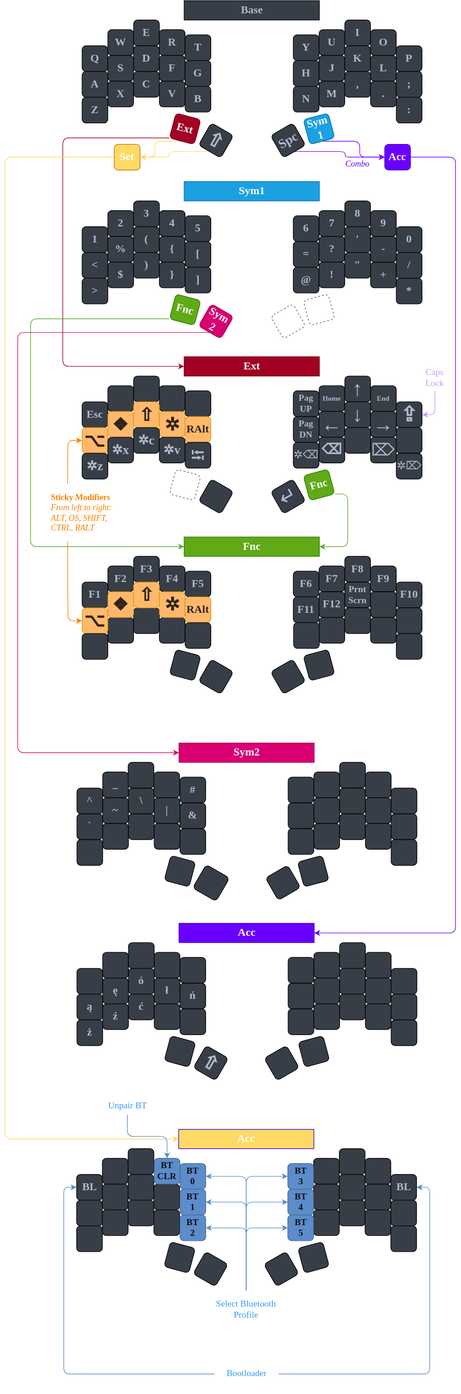
Above: custom.drawio.svg in skyferix/zmk-sweep (draw.io), before the change. Source tidied: cells renumbered, new cells last; positions are measured from the earlier drawing's top-left corner, leaving out a move shared by most shapes.
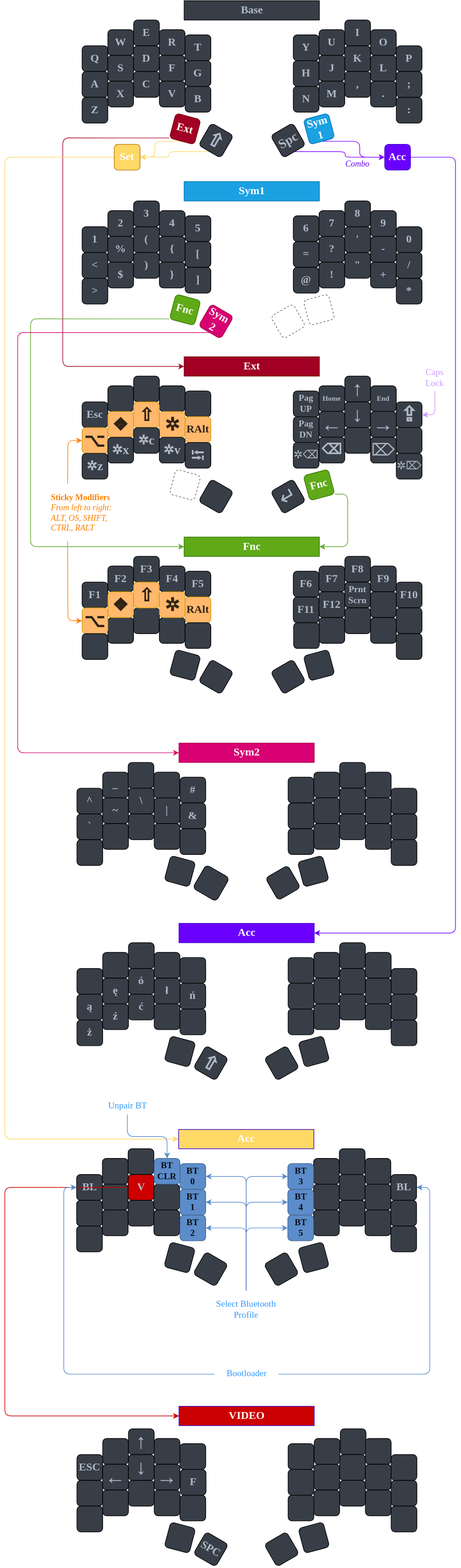
Later version of the same file.

Commit message:
Video layout add

The edit, as a diff of the source:
```diff
@@ -736,7 +736,15 @@
     <mxCell id="233" style="whiteSpace=wrap;html=1;fontSize=17;fontFamily=Verdana;fontStyle=1;fontColor=#AFB9C7;fillColor=#383E47;rounded=1;" parent="1" vertex="1">
       <mxGeometry x="151.5" y="1838" width="40" height="40" as="geometry" />
     </mxCell>
+    <mxCell id="278" style="edgeStyle=orthogonalEdgeStyle;rounded=1;jettySize=auto;html=1;exitX=0;exitY=0.5;exitDx=0;exitDy=0;entryX=0;entryY=0.5;entryDx=0;entryDy=0;strokeColor=#CC0000;" parent="1" edge="1" source="234" target="279">
+      <mxGeometry relative="1" as="geometry">
+        <Array as="points">
+          <mxPoint y="1843" />
+          <mxPoint y="2198" />
+        </Array>
+      </mxGeometry>
+    </mxCell>
-    <mxCell id="234" style="whiteSpace=wrap;html=1;fontSize=17;fontFamily=Verdana;fontStyle=1;fontColor=#AFB9C7;fillColor=#383E47;rounded=1;" parent="1" vertex="1">
+    <mxCell id="234" value="V" style="whiteSpace=wrap;html=1;fontSize=17;fontFamily=Verdana;fontStyle=1;fontColor=#AFB9C7;fillColor=#CC0000;rounded=1;" parent="1" vertex="1">
       <mxGeometry x="191.5" y="1823" width="40" height="40" as="geometry" />
     </mxCell>
     <mxCell id="235" style="whiteSpace=wrap;html=1;fontSize=17;fontFamily=Verdana;fontStyle=1;fontColor=#AFB9C7;fillColor=#383E47;rounded=1;" parent="1" vertex="1">
@@ -873,5 +881,110 @@
     <mxCell id="277" style="whiteSpace=wrap;html=1;fontSize=17;fontFamily=Verdana;fontStyle=1;fontColor=#AFB9C7;fillColor=#383E47;rounded=1;" parent="1" vertex="1">
       <mxGeometry x="231.5" y="1198" width="40" height="40" as="geometry" />
     </mxCell>
+    <mxCell id="279" value="VIDEO" style="rounded=0;whiteSpace=wrap;html=1;fontFamily=Verdana;fontSize=17;fontStyle=1;fillColor=#CC0000;strokeColor=#3700CC;fontColor=#ffffff;" parent="1" vertex="1">
+      <mxGeometry x="270.5" y="2183" width="210" height="30" as="geometry" />
+    </mxCell>
+    <mxCell id="280" style="whiteSpace=wrap;html=1;fontSize=17;fontFamily=Verdana;fontStyle=1;fontColor=#AFB9C7;fillColor=#383E47;rounded=1;" parent="1" vertex="1">
+      <mxGeometry x="152" y="2233" width="40" height="40" as="geometry" />
+    </mxCell>
+    <mxCell id="281" style="whiteSpace=wrap;html=1;fontSize=17;fontFamily=Verdana;fontStyle=1;fontColor=#AFB9C7;fillColor=#383E47;rounded=1;" parent="1" vertex="1">
+      <mxGeometry x="112" y="2298" width="40" height="40" as="geometry" />
+    </mxCell>
+    <mxCell id="282" style="whiteSpace=wrap;html=1;fontSize=17;fontFamily=Verdana;fontStyle=1;fontColor=#AFB9C7;fillColor=#383E47;rounded=1;" parent="1" vertex="1">
+      <mxGeometry x="112" y="2338" width="40" height="40" as="geometry" />
+    </mxCell>
+    <mxCell id="283" style="whiteSpace=wrap;html=1;fontSize=17;fontFamily=Verdana;fontStyle=1;fontColor=#AFB9C7;fillColor=#383E47;rounded=1;" parent="1" vertex="1">
+      <mxGeometry x="152" y="2313" width="40" height="40" as="geometry" />
+    </mxCell>
+    <mxCell id="284" style="whiteSpace=wrap;html=1;fontSize=17;fontFamily=Verdana;fontStyle=1;fontColor=#AFB9C7;fillColor=#383E47;rounded=1;" parent="1" vertex="1">
+      <mxGeometry x="192" y="2298" width="40" height="40" as="geometry" />
+    </mxCell>
+    <mxCell id="285" style="whiteSpace=wrap;html=1;fontSize=17;fontFamily=Verdana;fontStyle=1;fontColor=#AFB9C7;fillColor=#383E47;rounded=1;" parent="1" vertex="1">
+      <mxGeometry x="232" y="2313" width="40" height="40" as="geometry" />
+    </mxCell>
+    <mxCell id="286" style="whiteSpace=wrap;html=1;rotation=15;fontSize=17;fontFamily=Verdana;fontStyle=1;fontColor=#AFB9C7;fillColor=#383E47;rounded=1;" parent="1" vertex="1">
+      <mxGeometry x="252" y="2367" width="40" height="40" as="geometry" />
+    </mxCell>
+    <mxCell id="287" value="SPC" style="whiteSpace=wrap;html=1;rotation=30;fontSize=17;fontFamily=Verdana;fontStyle=1;fontColor=#AFB9C7;fillColor=#383E47;rounded=1;" parent="1" vertex="1">
+      <mxGeometry x="300" y="2385" width="40" height="40" as="geometry" />
+    </mxCell>
+    <mxCell id="288" style="whiteSpace=wrap;html=1;fontSize=17;fontFamily=Verdana;fontStyle=1;fontColor=#AFB9C7;fillColor=#383E47;rounded=1;" parent="1" vertex="1">
+      <mxGeometry x="521" y="2218" width="40" height="40" as="geometry" />
+    </mxCell>
+    <mxCell id="289" style="whiteSpace=wrap;html=1;fontSize=17;fontFamily=Verdana;fontStyle=1;fontColor=#AFB9C7;fillColor=#383E47;rounded=1;" parent="1" vertex="1">
+      <mxGeometry x="560" y="2233" width="40" height="40" as="geometry" />
+    </mxCell>
+    <mxCell id="290" style="whiteSpace=wrap;html=1;fontSize=17;fontFamily=Verdana;fontStyle=1;fontColor=#AFB9C7;fillColor=#383E47;rounded=1;" parent="1" vertex="1">
+      <mxGeometry x="480" y="2273" width="40" height="40" as="geometry" />
+    </mxCell>
+    <mxCell id="291" style="whiteSpace=wrap;html=1;fontSize=17;fontFamily=Verdana;fontStyle=1;fontColor=#AFB9C7;fillColor=#383E47;rounded=1;" parent="1" vertex="1">
+      <mxGeometry x="520" y="2258" width="40" height="40" as="geometry" />
+    </mxCell>
+    <mxCell id="292" style="whiteSpace=wrap;html=1;fontSize=17;fontFamily=Verdana;fontStyle=1;fontColor=#AFB9C7;fillColor=#383E47;rounded=1;" parent="1" vertex="1">
+      <mxGeometry x="560" y="2273" width="40" height="40" as="geometry" />
+    </mxCell>
+    <mxCell id="293" style="whiteSpace=wrap;html=1;fontSize=17;fontFamily=Verdana;fontStyle=1;fontColor=#AFB9C7;fillColor=#383E47;rounded=1;" parent="1" vertex="1">
+      <mxGeometry x="600" y="2298" width="40" height="40" as="geometry" />
+    </mxCell>
+    <mxCell id="294" style="whiteSpace=wrap;html=1;fontSize=17;fontFamily=Verdana;fontStyle=1;fontColor=#AFB9C7;fillColor=#383E47;rounded=1;" parent="1" vertex="1">
+      <mxGeometry x="480" y="2313" width="40" height="40" as="geometry" />
+    </mxCell>
+    <mxCell id="295" style="whiteSpace=wrap;html=1;fontSize=17;fontFamily=Verdana;fontStyle=1;fontColor=#AFB9C7;fillColor=#383E47;rounded=1;" parent="1" vertex="1">
+      <mxGeometry x="520" y="2298" width="40" height="40" as="geometry" />
+    </mxCell>
+    <mxCell id="296" style="whiteSpace=wrap;html=1;fontSize=17;fontFamily=Verdana;fontStyle=1;fontColor=#AFB9C7;fillColor=#383E47;rounded=1;" parent="1" vertex="1">
+      <mxGeometry x="560" y="2313" width="40" height="40" as="geometry" />
+    </mxCell>
+    <mxCell id="297" style="whiteSpace=wrap;html=1;fontSize=17;fontFamily=Verdana;fontStyle=1;fontColor=#AFB9C7;fillColor=#383E47;rounded=1;" parent="1" vertex="1">
+      <mxGeometry x="600" y="2338" width="40" height="40" as="geometry" />
+    </mxCell>
+    <mxCell id="298" style="whiteSpace=wrap;html=1;fontSize=17;fontFamily=Verdana;fontStyle=1;fontColor=#AFB9C7;fillColor=#383E47;rounded=1;rotation=-15;" parent="1" vertex="1">
+      <mxGeometry x="460" y="2367" width="40" height="40" as="geometry" />
+    </mxCell>
+    <mxCell id="299" style="whiteSpace=wrap;html=1;fontSize=17;fontFamily=Verdana;fontStyle=1;fontColor=#AFB9C7;fillColor=#383E47;rounded=1;rotation=-30;" parent="1" vertex="1">
+      <mxGeometry x="410" y="2385" width="40" height="40" as="geometry" />
+    </mxCell>
+    <mxCell id="300" style="whiteSpace=wrap;html=1;fontSize=17;fontFamily=Verdana;fontStyle=1;fontColor=#AFB9C7;fillColor=#383E47;rounded=1;" parent="1" vertex="1">
+      <mxGeometry x="232" y="2233" width="40" height="40" as="geometry" />
+    </mxCell>
+    <mxCell id="301" style="whiteSpace=wrap;html=1;fontSize=17;fontFamily=Verdana;fontStyle=1;fontColor=#AFB9C7;fillColor=#383E47;rounded=1;" parent="1" vertex="1">
+      <mxGeometry x="272" y="2241" width="40" height="40" as="geometry" />
+    </mxCell>
+    <mxCell id="302" value="F" style="whiteSpace=wrap;html=1;fontSize=17;fontFamily=Verdana;fontStyle=1;fontColor=#AFB9C7;fillColor=#383E47;rounded=1;" parent="1" vertex="1">
+      <mxGeometry x="272.5" y="2281" width="40" height="40" as="geometry" />
+    </mxCell>
+    <mxCell id="303" style="whiteSpace=wrap;html=1;fontSize=17;fontFamily=Verdana;fontStyle=1;fontColor=#AFB9C7;fillColor=#383E47;rounded=1;" parent="1" vertex="1">
+      <mxGeometry x="272" y="2321" width="40" height="40" as="geometry" />
+    </mxCell>
+    <mxCell id="304" style="whiteSpace=wrap;html=1;fontSize=17;fontFamily=Verdana;fontStyle=1;fontColor=#AFB9C7;fillColor=#383E47;rounded=1;" parent="1" vertex="1">
+      <mxGeometry x="440" y="2241" width="40" height="40" as="geometry" />
+    </mxCell>
+    <mxCell id="305" style="whiteSpace=wrap;html=1;fontSize=17;fontFamily=Verdana;fontStyle=1;fontColor=#AFB9C7;fillColor=#383E47;rounded=1;" parent="1" vertex="1">
+      <mxGeometry x="440" y="2281" width="40" height="40" as="geometry" />
+    </mxCell>
+    <mxCell id="306" style="whiteSpace=wrap;html=1;fontSize=17;fontFamily=Verdana;fontStyle=1;fontColor=#AFB9C7;fillColor=#383E47;rounded=1;" parent="1" vertex="1">
+      <mxGeometry x="440" y="2321" width="40" height="40" as="geometry" />
+    </mxCell>
+    <mxCell id="307" style="whiteSpace=wrap;html=1;fontSize=17;fontFamily=Verdana;fontStyle=1;fontColor=#AFB9C7;fillColor=#383E47;rounded=1;" parent="1" vertex="1">
+      <mxGeometry x="600" y="2258" width="40" height="40" as="geometry" />
+    </mxCell>
+    <mxCell id="308" value="ESC" style="whiteSpace=wrap;html=1;fontSize=17;fontFamily=Verdana;fontStyle=1;fontColor=#AFB9C7;fillColor=#383E47;rounded=1;" parent="1" vertex="1">
+      <mxGeometry x="112" y="2258" width="40" height="40" as="geometry" />
+    </mxCell>
+    <mxCell id="309" value="&lt;span style=&quot;font-family: &amp;quot;segoe ui emoji&amp;quot;, &amp;quot;apple color emoji&amp;quot;, &amp;quot;noto color emoji&amp;quot;; font-size: 32px;&quot;&gt;↑&lt;/span&gt;" style="whiteSpace=wrap;html=1;fontSize=17;fontFamily=Verdana;fontStyle=1;fontColor=#AFB9C7;fillColor=#383E47;rounded=1;" parent="1" vertex="1">
+      <mxGeometry x="192" y="2218" width="40" height="40" as="geometry" />
+    </mxCell>
+    <mxCell id="310" value="&lt;span style=&quot;font-family: &amp;quot;segoe ui emoji&amp;quot;, &amp;quot;apple color emoji&amp;quot;, &amp;quot;noto color emoji&amp;quot;; font-size: 32px;&quot;&gt;←&lt;/span&gt;" style="whiteSpace=wrap;html=1;fontSize=17;fontFamily=Verdana;fontStyle=1;fontColor=#AFB9C7;fillColor=#383E47;rounded=1;" parent="1" vertex="1">
+      <mxGeometry x="152" y="2273" width="40" height="40" as="geometry" />
+    </mxCell>
+    <mxCell id="311" value="&lt;span style=&quot;font-family: &amp;quot;segoe ui emoji&amp;quot;, &amp;quot;apple color emoji&amp;quot;, &amp;quot;noto color emoji&amp;quot;; font-size: 32px;&quot;&gt;↓&lt;/span&gt;" style="whiteSpace=wrap;html=1;fontSize=17;fontFamily=Verdana;fontStyle=1;fontColor=#AFB9C7;fillColor=#383E47;rounded=1;" parent="1" vertex="1">
+      <mxGeometry x="192" y="2258" width="40" height="40" as="geometry" />
+    </mxCell>
+    <mxCell id="312" value="&lt;span style=&quot;font-family: &amp;quot;segoe ui emoji&amp;quot;, &amp;quot;apple color emoji&amp;quot;, &amp;quot;noto color emoji&amp;quot;; font-size: 32px;&quot;&gt;→&lt;/span&gt;" style="whiteSpace=wrap;html=1;fontSize=17;fontFamily=Verdana;fontStyle=1;fontColor=#AFB9C7;fillColor=#383E47;rounded=1;" parent="1" vertex="1">
+      <mxGeometry x="232" y="2273" width="40" height="40" as="geometry" />
+    </mxCell>
+    <mxCell id="313" style="whiteSpace=wrap;html=1;fontSize=17;fontFamily=Verdana;fontStyle=1;fontColor=#AFB9C7;fillColor=#383E47;rounded=1;" parent="1" vertex="1">
+      <mxGeometry x="480.5" y="2233" width="40" height="40" as="geometry" />
+    </mxCell>
   </root>
 </mxGraphModel>
```
